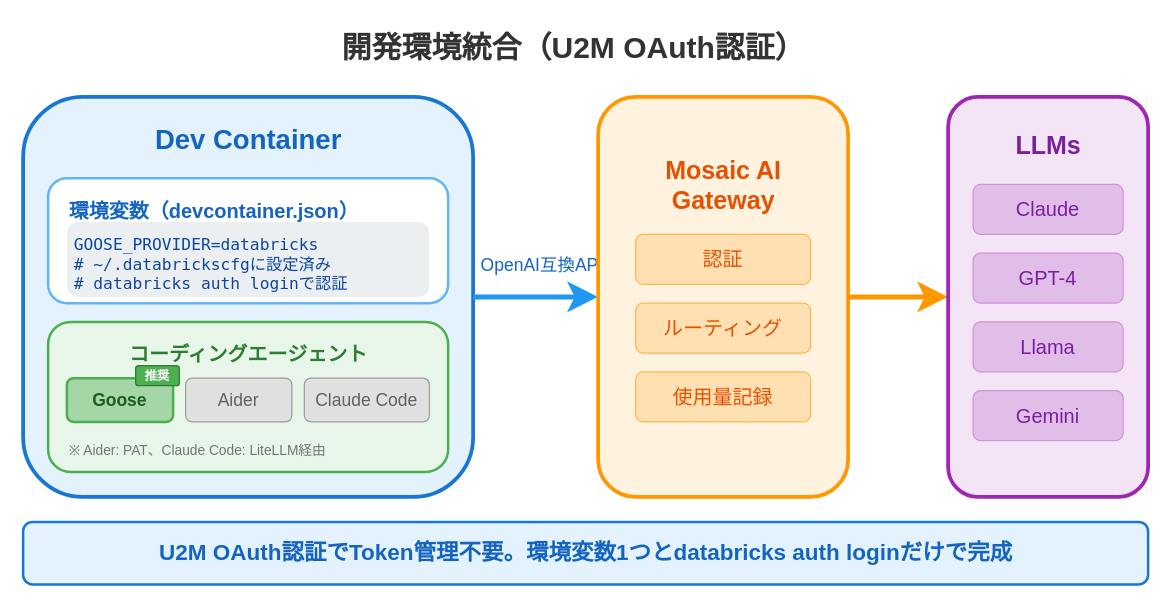
This is assets/2026-01-27-jedai-ai-gateway/dev-environment.drawio from i9wa4/i9wa4.github.io, a draw.io file, before an edit. Source tidied: cells renumbered, new cells numbered last; positions are measured from the earlier drawing's top-left corner, leaving out a move shared by most shapes. Both pictures are drawn from the tidied source at 125%, with x=0, y=0 at pixel (22, 21).
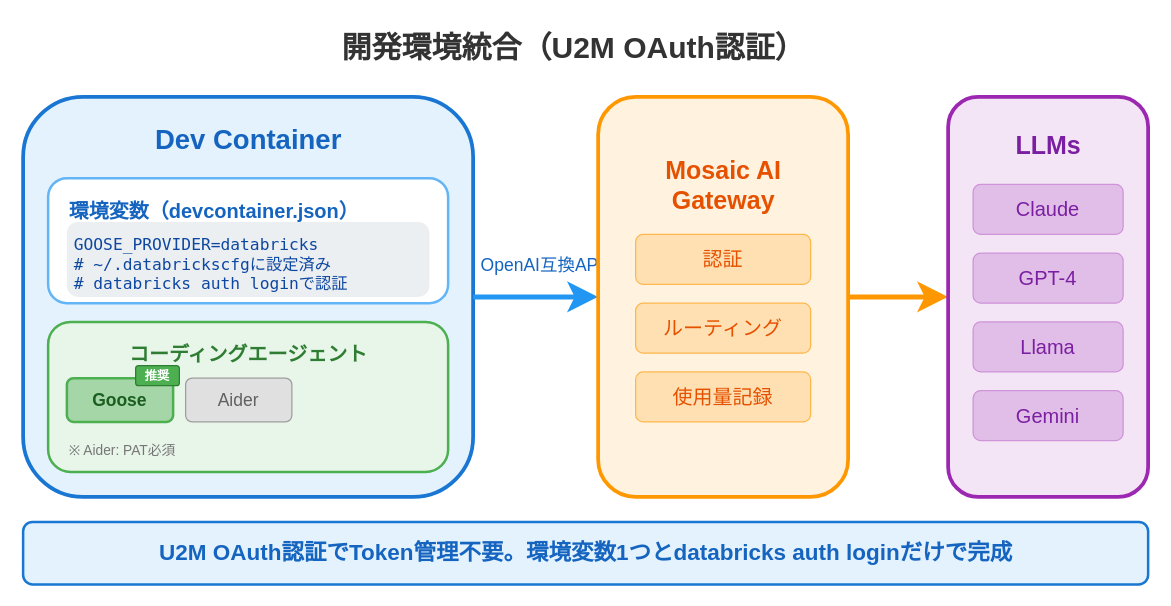
After the change.

Change to the diagram source:
```diff
@@
-    <mxCell id="13" value="Claude Code" style="rounded=1;whiteSpace=wrap;html=1;fillColor=#E0E0E0;strokeColor=#9E9E9E;fontSize=14;fontFamily=Noto Sans JP;fontColor=#616161;" parent="1" vertex="1">
-      <mxGeometry x="225" y="285" width="100" height="35" as="geometry" />
-    </mxCell>
-    <mxCell id="14" value="※ Aider: PAT、Claude Code: LiteLLM経由" style="text;html=1;fontSize=11;fontFamily=Noto Sans JP;fontColor=#757575;align=left;" parent="1" vertex="1">
-      <mxGeometry x="35" y="330" width="220" height="20" as="geometry" />
+    <mxCell id="14" value="※ Aider: PAT必須" style="text;html=1;fontSize=11;fontFamily=Noto Sans JP;fontColor=#757575;align=left;" parent="1" vertex="1">
+      <mxGeometry x="35" y="330" width="120" height="20" as="geometry" />
     </mxCell>
```
